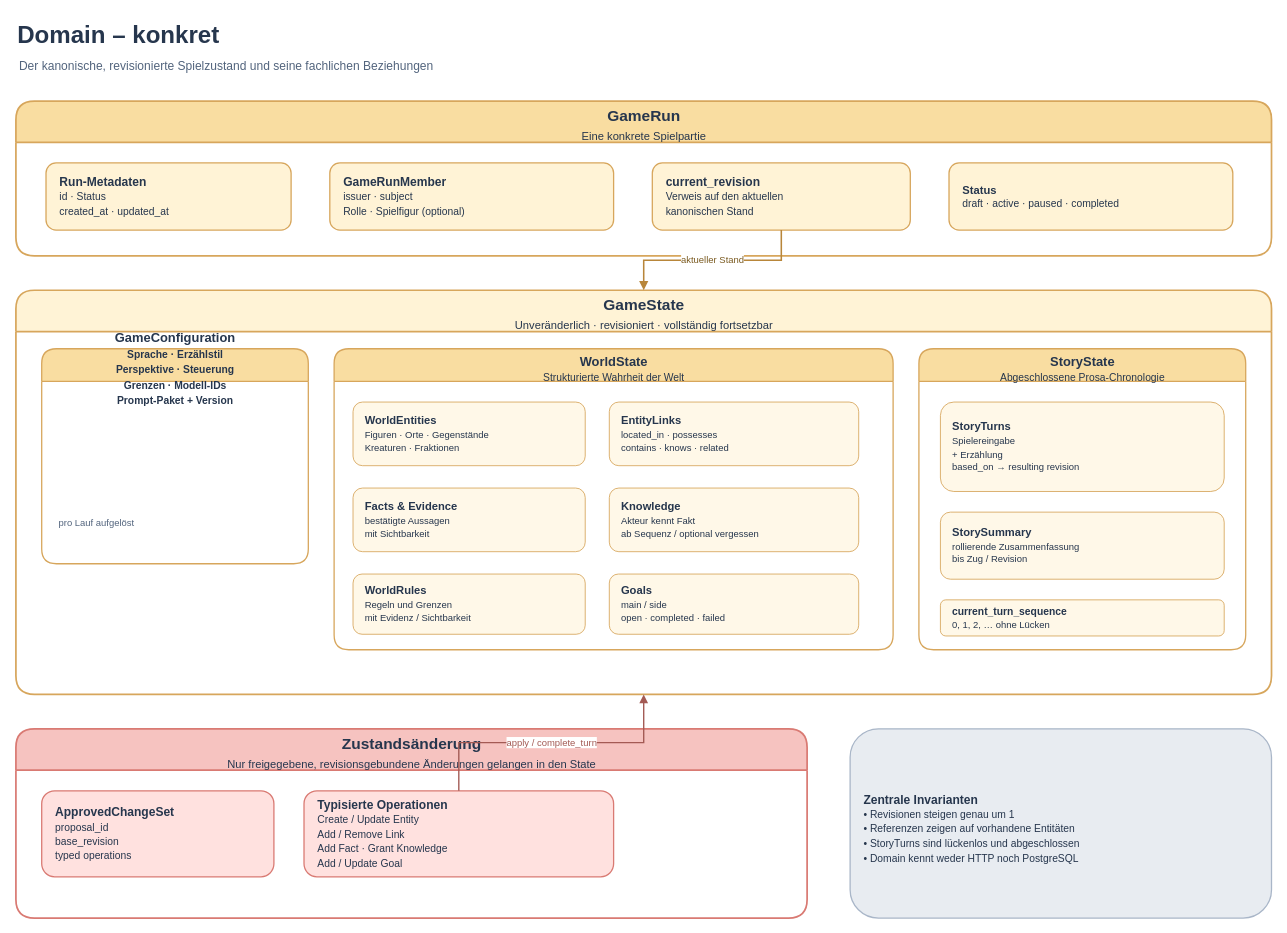
Above: page "Domain – konkret" (2 of 5) of docs/human/technical/architektur.drawio in ukf-hoppmann/my_story_game (draw.io), before the change. Source tidied: cells renumbered, new cells numbered last; positions are measured from the earlier drawing's top-left corner, leaving out a move shared by most shapes. Both pictures are drawn from the tidied source at 86%, with x=0, y=0 at pixel (15, 15).
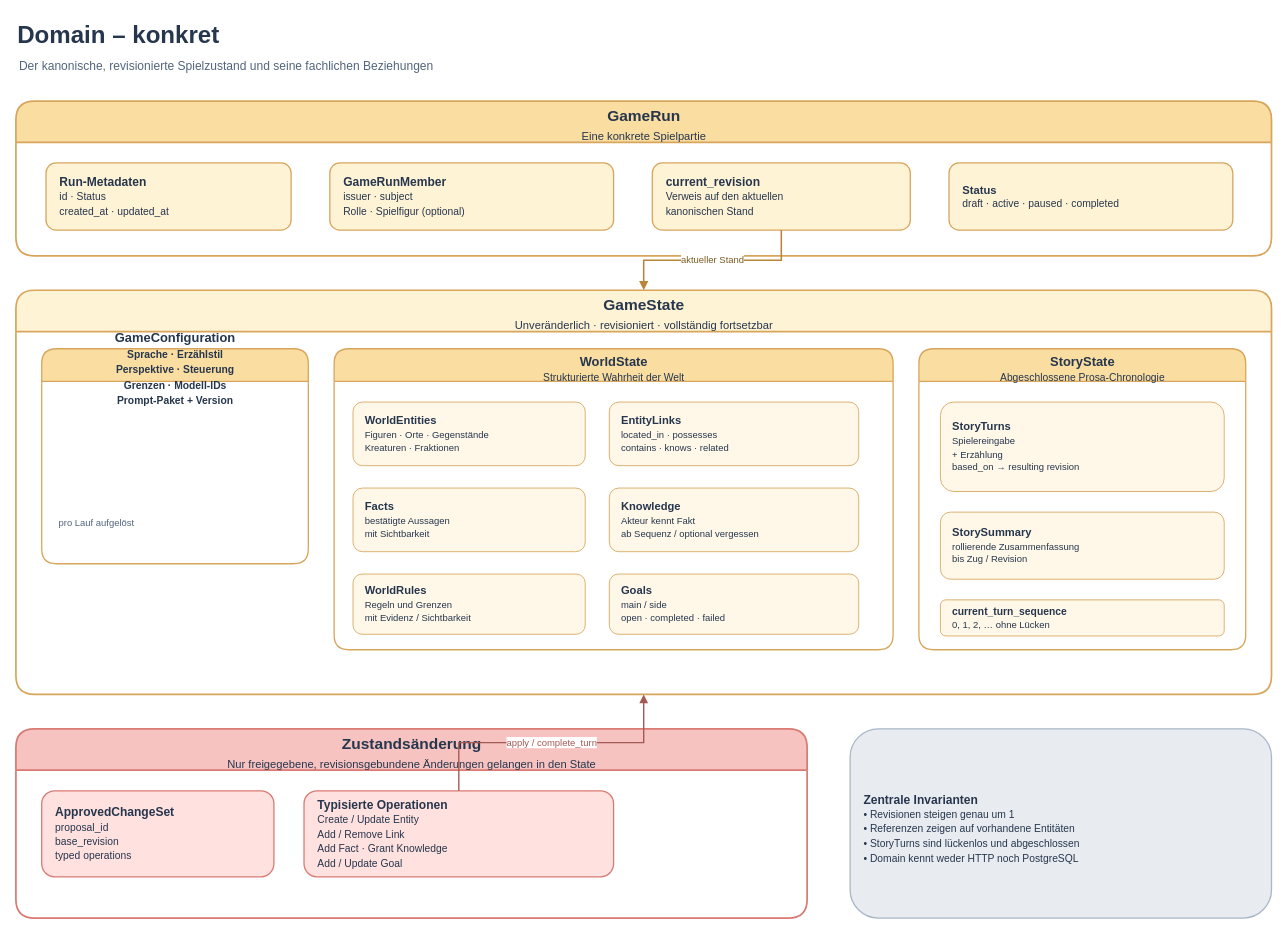
After the change.

The change refers to these unchanged cells:
```xml
<mxCell id="12" value="&lt;b&gt;WorldState&lt;/b&gt;&lt;br&gt;&lt;font style=&quot;font-size:12px;font-weight:normal&quot;&gt;Strukturierte Wahrheit der Welt&lt;/font&gt;" style="swimlane;html=1;rounded=1;horizontal=1;startSize=38;fillColor=#F9DDA1;strokeColor=#D7A65C;strokeWidth=1.5;fontColor=#26364D;fontSize=15;fontStyle=1;spacingTop=8;" parent="9" vertex="1">
  <mxGeometry x="370" y="68" width="650" height="350" as="geometry" />
</mxCell>
```

Diff of the diagram source:
```diff
@@
-    <mxCell id="15" value="&lt;b&gt;Facts &amp;amp; Evidence&lt;/b&gt;&lt;br&gt;&lt;font style=&quot;font-size:11px&quot;&gt;bestätigte Aussagen&lt;br&gt;mit Sichtbarkeit&lt;/font&gt;" style="rounded=1;whiteSpace=wrap;html=1;fillColor=#FFF8E8;strokeColor=#D7A65C;strokeWidth=1;fontColor=#26364D;fontSize=13;align=left;verticalAlign=middle;spacingLeft=12;" parent="12" vertex="1">
+    <mxCell id="15" value="&lt;b&gt;Facts&lt;/b&gt;&lt;br&gt;&lt;font style=&quot;font-size:11px&quot;&gt;bestätigte Aussagen&lt;br&gt;mit Sichtbarkeit&lt;/font&gt;" style="rounded=1;whiteSpace=wrap;html=1;fillColor=#FFF8E8;strokeColor=#D7A65C;strokeWidth=1;fontColor=#26364D;fontSize=13;align=left;verticalAlign=middle;spacingLeft=12;" parent="12" vertex="1">
       <mxGeometry x="22" y="162" width="270" height="74" as="geometry" />
     </mxCell>
```
